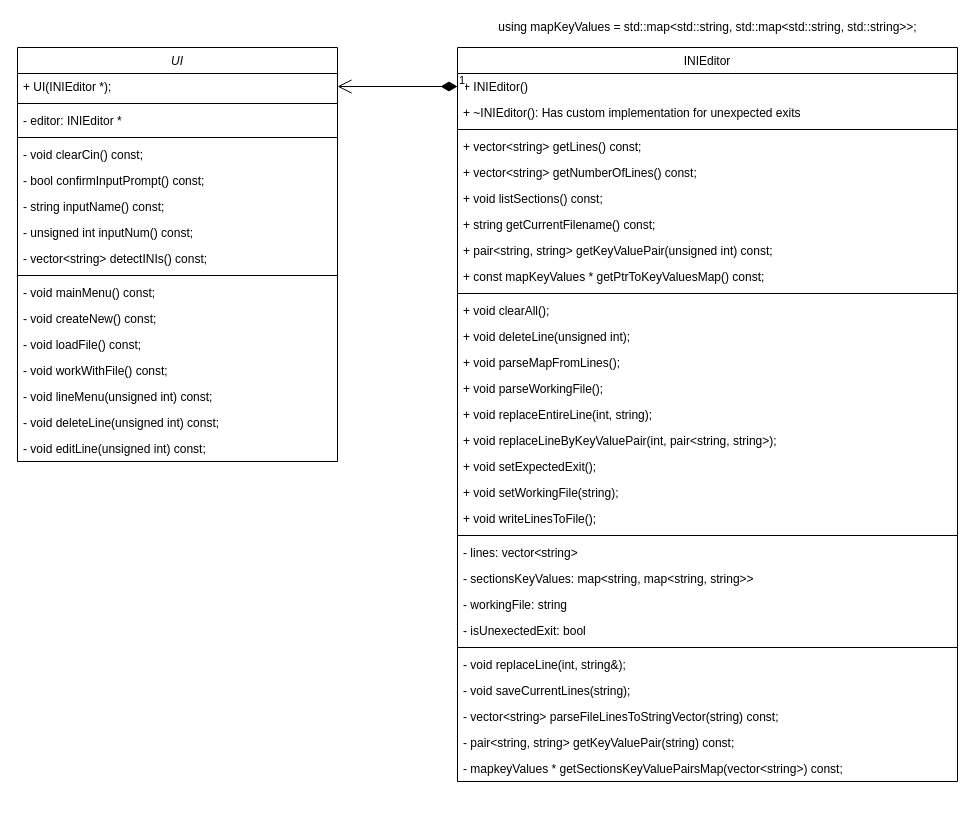
Earlier version of the draw.io diagram docs/classes.drawio (Rahjael/INIEditor). Source tidied: cells renumbered, new cells numbered last; positions are measured from the earlier drawing's top-left corner, leaving out a move shared by most shapes. Both pictures are drawn from the tidied source at 100%, with x=0, y=0 at pixel (17, 17).
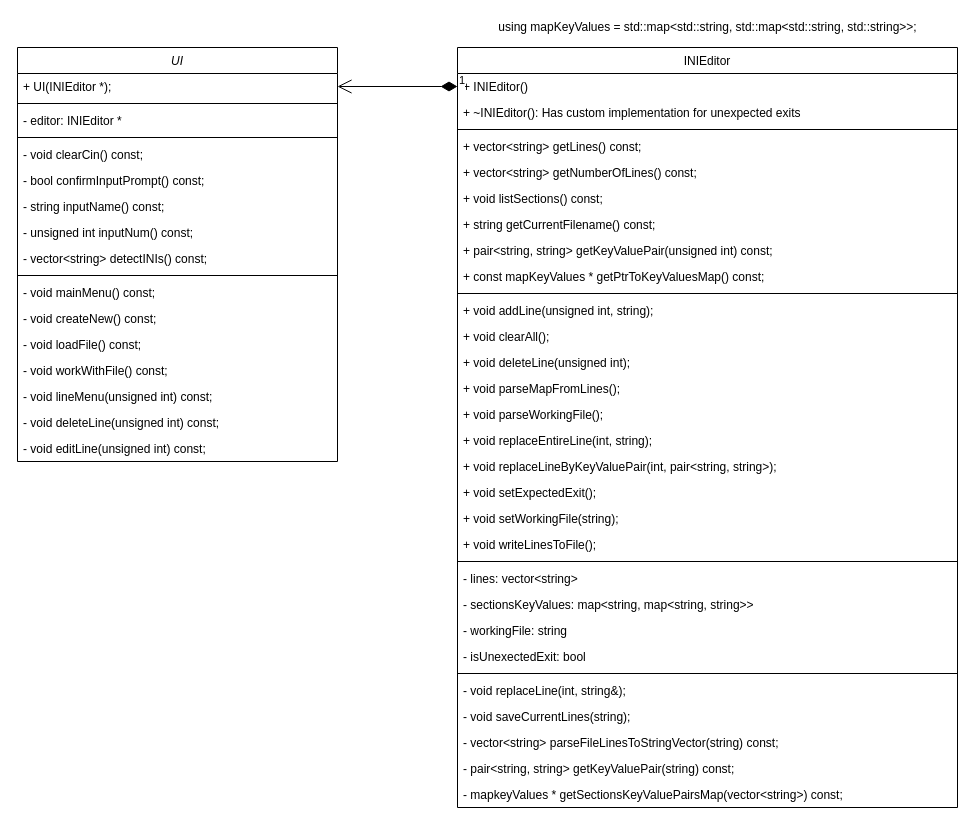
Above is the later version.

Change to the diagram source:
```diff
@@
     <mxCell id="20" value="INIEditor" style="swimlane;fontStyle=0;horizontal=1;startSize=26;fillColor=none;swimlaneLine=1;" parent="1" vertex="1">
-      <mxGeometry x="440" y="30" width="500" height="734" as="geometry" />
+      <mxGeometry x="440" y="30" width="500" height="760" as="geometry" />
     </mxCell>
@@
+    <mxCell id="53" value="+ void addLine(unsigned int, string);" style="text;strokeColor=none;fillColor=none;align=left;verticalAlign=top;spacingLeft=4;spacingRight=4;overflow=hidden;" parent="20" vertex="1">
+      <mxGeometry y="250" width="500" height="26" as="geometry" />
+    </mxCell>
     <mxCell id="31" value="+ void clearAll();" style="text;strokeColor=none;fillColor=none;align=left;verticalAlign=top;spacingLeft=4;spacingRight=4;overflow=hidden;" parent="20" vertex="1">
-      <mxGeometry y="250" width="500" height="26" as="geometry" />
+      <mxGeometry y="276" width="500" height="26" as="geometry" />
     </mxCell>
     <mxCell id="32" value="+ void deleteLine(unsigned int);" style="text;strokeColor=none;fillColor=none;align=left;verticalAlign=top;spacingLeft=4;spacingRight=4;overflow=hidden;" parent="20" vertex="1">
-      <mxGeometry y="276" width="500" height="26" as="geometry" />
+      <mxGeometry y="302" width="500" height="26" as="geometry" />
     </mxCell>
     <mxCell id="33" value="+ void parseMapFromLines();" style="text;strokeColor=none;fillColor=none;align=left;verticalAlign=top;spacingLeft=4;spacingRight=4;overflow=hidden;" parent="20" vertex="1">
-      <mxGeometry y="302" width="500" height="26" as="geometry" />
+      <mxGeometry y="328" width="500" height="26" as="geometry" />
     </mxCell>
     <mxCell id="34" value="+ void parseWorkingFile();" style="text;strokeColor=none;fillColor=none;align=left;verticalAlign=top;spacingLeft=4;spacingRight=4;overflow=hidden;" parent="20" vertex="1">
-      <mxGeometry y="328" width="500" height="26" as="geometry" />
+      <mxGeometry y="354" width="500" height="26" as="geometry" />
     </mxCell>
     <mxCell id="35" value="+ void replaceEntireLine(int, string);" style="text;strokeColor=none;fillColor=none;align=left;verticalAlign=top;spacingLeft=4;spacingRight=4;overflow=hidden;" parent="20" vertex="1">
-      <mxGeometry y="354" width="500" height="26" as="geometry" />
+      <mxGeometry y="380" width="500" height="26" as="geometry" />
     </mxCell>
     <mxCell id="36" value="+ void replaceLineByKeyValuePair(int, pair&lt;string, string&gt;);" style="text;strokeColor=none;fillColor=none;align=left;verticalAlign=top;spacingLeft=4;spacingRight=4;overflow=hidden;" parent="20" vertex="1">
-      <mxGeometry y="380" width="500" height="26" as="geometry" />
+      <mxGeometry y="406" width="500" height="26" as="geometry" />
     </mxCell>
     <mxCell id="37" value="+ void setExpectedExit();" style="text;strokeColor=none;fillColor=none;align=left;verticalAlign=top;spacingLeft=4;spacingRight=4;overflow=hidden;" parent="20" vertex="1">
-      <mxGeometry y="406" width="500" height="26" as="geometry" />
+      <mxGeometry y="432" width="500" height="26" as="geometry" />
     </mxCell>
     <mxCell id="38" value="+ void setWorkingFile(string);" style="text;strokeColor=none;fillColor=none;align=left;verticalAlign=top;spacingLeft=4;spacingRight=4;overflow=hidden;" parent="20" vertex="1">
-      <mxGeometry y="432" width="500" height="26" as="geometry" />
+      <mxGeometry y="458" width="500" height="26" as="geometry" />
     </mxCell>
     <mxCell id="39" value="+ void writeLinesToFile();" style="text;strokeColor=none;fillColor=none;align=left;verticalAlign=top;spacingLeft=4;spacingRight=4;overflow=hidden;" parent="20" vertex="1">
-      <mxGeometry y="458" width="500" height="26" as="geometry" />
+      <mxGeometry y="484" width="500" height="26" as="geometry" />
     </mxCell>
     <mxCell id="40" style="line;strokeWidth=1;fillColor=none;align=left;verticalAlign=middle;spacingTop=-1;spacingLeft=3;spacingRight=3;labelPosition=right;" parent="20" vertex="1">
-      <mxGeometry y="484" width="500" height="8" as="geometry" />
+      <mxGeometry y="510" width="500" height="8" as="geometry" />
     </mxCell>
     <mxCell id="41" value="- lines: vector&lt;string&gt;" style="text;strokeColor=none;fillColor=none;align=left;verticalAlign=top;spacingLeft=4;spacingRight=4;overflow=hidden;" parent="20" vertex="1">
-      <mxGeometry y="492" width="500" height="26" as="geometry" />
+      <mxGeometry y="518" width="500" height="26" as="geometry" />
     </mxCell>
     <mxCell id="42" value="- sectionsKeyValues: map&lt;string, map&lt;string, string&gt;&gt;" style="text;strokeColor=none;fillColor=none;align=left;verticalAlign=top;spacingLeft=4;spacingRight=4;overflow=hidden;" parent="20" vertex="1">
-      <mxGeometry y="518" width="500" height="26" as="geometry" />
+      <mxGeometry y="544" width="500" height="26" as="geometry" />
     </mxCell>
     <mxCell id="43" value="- workingFile: string" style="text;strokeColor=none;fillColor=none;align=left;verticalAlign=top;spacingLeft=4;spacingRight=4;overflow=hidden;" parent="20" vertex="1">
-      <mxGeometry y="544" width="500" height="26" as="geometry" />
+      <mxGeometry y="570" width="500" height="26" as="geometry" />
     </mxCell>
     <mxCell id="44" value="- isUnexectedExit: bool" style="text;strokeColor=none;fillColor=none;align=left;verticalAlign=top;spacingLeft=4;spacingRight=4;overflow=hidden;" parent="20" vertex="1">
-      <mxGeometry y="570" width="500" height="26" as="geometry" />
+      <mxGeometry y="596" width="500" height="26" as="geometry" />
     </mxCell>
     <mxCell id="45" style="line;strokeWidth=1;fillColor=none;align=left;verticalAlign=middle;spacingTop=-1;spacingLeft=3;spacingRight=3;labelPosition=right;" parent="20" vertex="1">
-      <mxGeometry y="596" width="500" height="8" as="geometry" />
+      <mxGeometry y="622" width="500" height="8" as="geometry" />
     </mxCell>
     <mxCell id="46" value="- void replaceLine(int, string&amp;);" style="text;strokeColor=none;fillColor=none;align=left;verticalAlign=top;spacingLeft=4;spacingRight=4;overflow=hidden;" parent="20" vertex="1">
-      <mxGeometry y="604" width="500" height="26" as="geometry" />
+      <mxGeometry y="630" width="500" height="26" as="geometry" />
     </mxCell>
     <mxCell id="47" value="- void saveCurrentLines(string);" style="text;strokeColor=none;fillColor=none;align=left;verticalAlign=top;spacingLeft=4;spacingRight=4;overflow=hidden;" parent="20" vertex="1">
-      <mxGeometry y="630" width="500" height="26" as="geometry" />
+      <mxGeometry y="656" width="500" height="26" as="geometry" />
     </mxCell>
     <mxCell id="48" value="- vector&lt;string&gt; parseFileLinesToStringVector(string) const;" style="text;strokeColor=none;fillColor=none;align=left;verticalAlign=top;spacingLeft=4;spacingRight=4;overflow=hidden;" parent="20" vertex="1">
-      <mxGeometry y="656" width="500" height="26" as="geometry" />
+      <mxGeometry y="682" width="500" height="26" as="geometry" />
     </mxCell>
     <mxCell id="49" value="- pair&lt;string, string&gt; getKeyValuePair(string) const;" style="text;strokeColor=none;fillColor=none;align=left;verticalAlign=top;spacingLeft=4;spacingRight=4;overflow=hidden;" parent="20" vertex="1">
-      <mxGeometry y="682" width="500" height="26" as="geometry" />
+      <mxGeometry y="708" width="500" height="26" as="geometry" />
     </mxCell>
     <mxCell id="50" value="- mapkeyValues * getSectionsKeyValuePairsMap(vector&lt;string&gt;) const;" style="text;strokeColor=none;fillColor=none;align=left;verticalAlign=top;spacingLeft=4;spacingRight=4;overflow=hidden;" parent="20" vertex="1">
-      <mxGeometry y="708" width="500" height="26" as="geometry" />
+      <mxGeometry y="734" width="500" height="26" as="geometry" />
     </mxCell>
```
